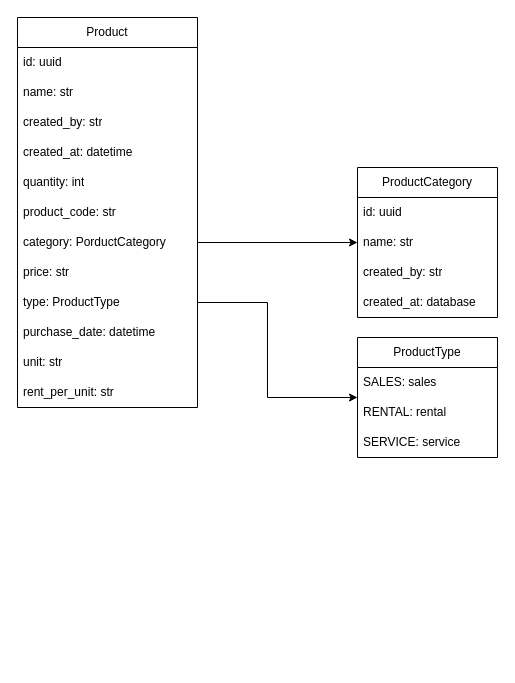
Above: page "Product" (2 of 3) of docs/IMS_MPT.drawio in Cherisher08/IMS_mpt_backend (draw.io), before the change. Source tidied: cells renumbered, new cells numbered last; positions are measured from the earlier drawing's top-left corner, leaving out a move shared by most shapes. Both pictures are drawn from the tidied source at 100%, with x=0, y=0 at pixel (17, 17).
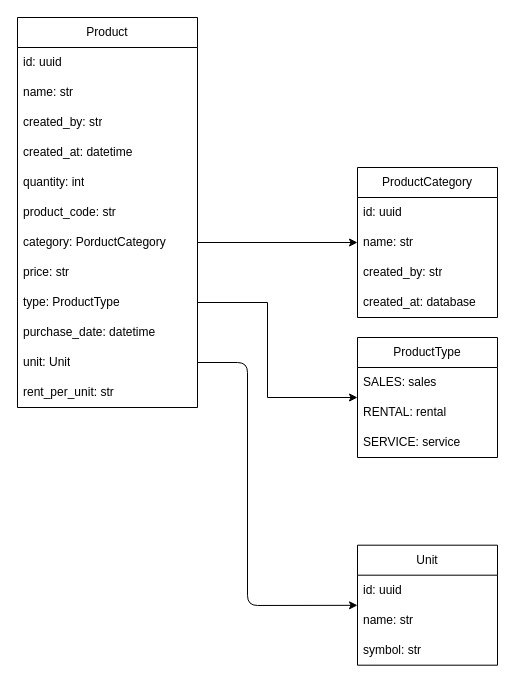
The same page after the edit.

The change refers to these unchanged cells:
```xml
<mxCell id="2" value="Product" style="swimlane;fontStyle=0;horizontal=1;startSize=30;whiteSpace=wrap;html=1;" parent="1" vertex="1">
  <mxGeometry width="180" height="390" as="geometry" />
</mxCell>
```

What changed in the source:
```diff
@@
-    <mxCell id="13" value="unit: str" style="text;strokeColor=none;fillColor=none;align=left;verticalAlign=middle;spacingLeft=4;spacingRight=4;overflow=hidden;points=[[0,0.5],[1,0.5]];portConstraint=eastwest;whiteSpace=wrap;html=1;" parent="2" vertex="1">
+    <mxCell id="13" value="unit: Unit" style="text;strokeColor=none;fillColor=none;align=left;verticalAlign=middle;spacingLeft=4;spacingRight=4;overflow=hidden;points=[[0,0.5],[1,0.5]];portConstraint=eastwest;whiteSpace=wrap;html=1;" parent="2" vertex="1">
       <mxGeometry y="330" width="180" height="30" as="geometry" />
     </mxCell>
@@
+    <mxCell id="26" value="Unit" style="swimlane;fontStyle=0;horizontal=1;startSize=30;whiteSpace=wrap;html=1;" parent="1" vertex="1">
+      <mxGeometry x="340" y="527.7" width="140" height="120" as="geometry" />
+    </mxCell>
+    <mxCell id="27" value="id: uuid" style="text;strokeColor=none;fillColor=none;align=left;verticalAlign=middle;spacingLeft=4;spacingRight=4;overflow=hidden;whiteSpace=wrap;html=1;" parent="26" vertex="1">
+      <mxGeometry y="30" width="140" height="30" as="geometry" />
+    </mxCell>
+    <mxCell id="28" value="name: str" style="text;strokeColor=none;fillColor=none;align=left;verticalAlign=middle;spacingLeft=4;spacingRight=4;overflow=hidden;whiteSpace=wrap;html=1;" parent="26" vertex="1">
+      <mxGeometry y="60" width="140" height="30" as="geometry" />
+    </mxCell>
+    <mxCell id="29" value="symbol: str" style="text;strokeColor=none;fillColor=none;align=left;verticalAlign=middle;spacingLeft=4;spacingRight=4;overflow=hidden;whiteSpace=wrap;html=1;" parent="26" vertex="1">
+      <mxGeometry y="90" width="140" height="30" as="geometry" />
+    </mxCell>
+    <mxCell id="30" style="edgeStyle=none;html=1;" parent="1" edge="1" source="13" target="26">
+      <mxGeometry relative="1" as="geometry">
+        <Array as="points">
+          <mxPoint x="230" y="345" />
+          <mxPoint x="230" y="588" />
+        </Array>
+      </mxGeometry>
+    </mxCell>
```
